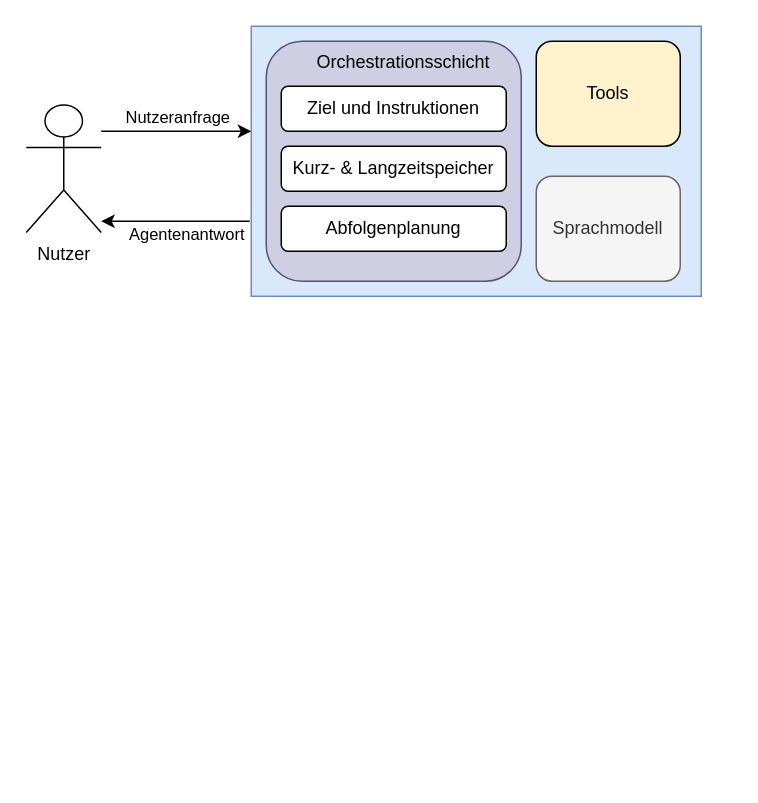
blumjo99/MasterThesisDiagram keeps this draw.io diagram as struktu eines Agenen und seine Komponenten.drawio. Above is the earlier version. Source tidied: cells renumbered, new cells numbered last; positions are measured from the earlier drawing's top-left corner, leaving out a move shared by most shapes. Both pictures are drawn from the tidied source at 150%, with x=0, y=0 at pixel (26, 26).
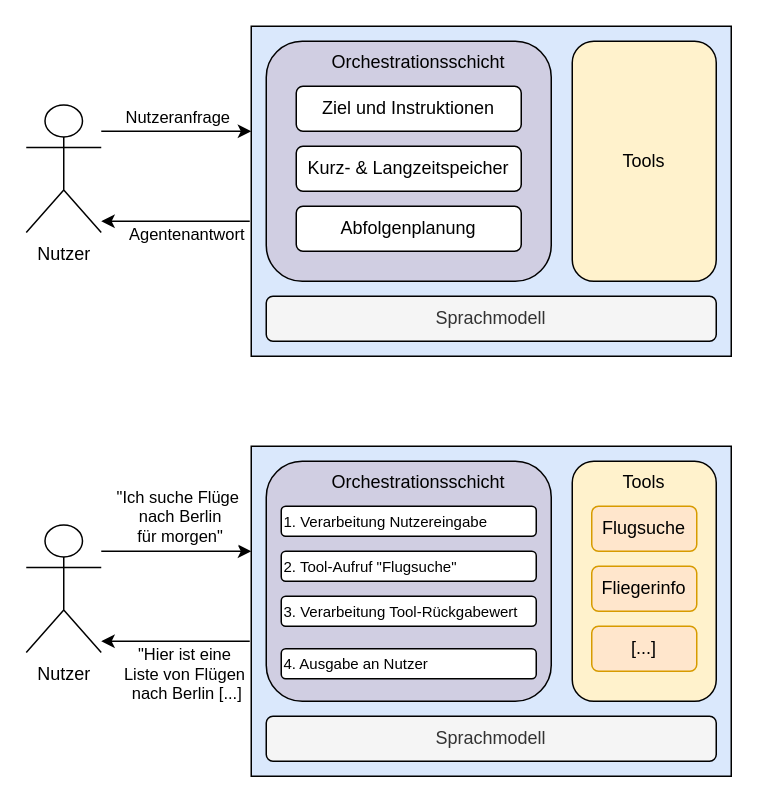
The same diagram, later.

Change to the diagram source:
```diff
@@
-    <mxCell id="5" style="rounded=0;whiteSpace=wrap;html=1;fillColor=#dae8fc;strokeColor=#6c8ebf;" parent="1" vertex="1">
-      <mxGeometry x="150" width="300" height="180" as="geometry" />
+    <mxCell id="5" style="rounded=0;whiteSpace=wrap;html=1;fillColor=#dae8fc;strokeColor=light-dark(#000000, #5c79a3);" parent="1" vertex="1">
+      <mxGeometry x="150" width="320" height="220" as="geometry" />
     </mxCell>
     <mxCell id="6" value="Tools" style="rounded=1;whiteSpace=wrap;html=1;fillColor=#fff2cc;strokeColor=#000000;" parent="1" vertex="1">
-      <mxGeometry x="340" y="10" width="96" height="70" as="geometry" />
+      <mxGeometry x="364" y="10" width="96" height="160" as="geometry" />
     </mxCell>
-    <mxCell id="7" value="Sprachmodell" style="rounded=1;whiteSpace=wrap;html=1;fillColor=#f5f5f5;fontColor=#333333;strokeColor=#666666;" parent="1" vertex="1">
-      <mxGeometry x="340" y="100" width="96" height="70" as="geometry" />
+    <mxCell id="7" value="Sprachmodell" style="rounded=1;whiteSpace=wrap;html=1;fillColor=#f5f5f5;fontColor=#333333;strokeColor=light-dark(#000000, #959595);" parent="1" vertex="1">
+      <mxGeometry x="160" y="180" width="300" height="30" as="geometry" />
     </mxCell>
-    <mxCell id="8" value="&amp;nbsp;&amp;nbsp;&amp;nbsp; Orchestrationsschicht" style="rounded=1;whiteSpace=wrap;html=1;fillColor=#d0cee2;strokeColor=#56517e;verticalAlign=top;align=center;" parent="1" vertex="1">
-      <mxGeometry x="160" y="10" width="170" height="160" as="geometry" />
+    <mxCell id="8" value="&amp;nbsp;&amp;nbsp;&amp;nbsp; Orchestrationsschicht" style="rounded=1;whiteSpace=wrap;html=1;fillColor=#d0cee2;strokeColor=light-dark(#000000, #a4a0c6);verticalAlign=top;align=center;" parent="1" vertex="1">
+      <mxGeometry x="160" y="10" width="190" height="160" as="geometry" />
     </mxCell>
     <mxCell id="9" value="Ziel und Instruktionen" style="rounded=1;whiteSpace=wrap;html=1;" parent="1" vertex="1">
-      <mxGeometry x="170" y="40" width="150" height="30" as="geometry" />
+      <mxGeometry x="180" y="40" width="150" height="30" as="geometry" />
     </mxCell>
     <mxCell id="10" value="Kurz- &amp;amp; Langzeitspeicher" style="rounded=1;whiteSpace=wrap;html=1;" parent="1" vertex="1">
-      <mxGeometry x="170" y="80" width="150" height="30" as="geometry" />
+      <mxGeometry x="180" y="80" width="150" height="30" as="geometry" />
     </mxCell>
     <mxCell id="11" value="Abfolgenplanung" style="rounded=1;whiteSpace=wrap;html=1;" parent="1" vertex="1">
-      <mxGeometry x="170" y="120" width="150" height="30" as="geometry" />
+      <mxGeometry x="180" y="120" width="150" height="30" as="geometry" />
     </mxCell>
@@
+    <mxCell id="14" value="Nutzer" style="shape=umlActor;verticalLabelPosition=bottom;verticalAlign=top;html=1;outlineConnect=0;" parent="1" vertex="1">
+      <mxGeometry y="332.5" width="50" height="85" as="geometry" />
+    </mxCell>
+    <mxCell id="15" style="edgeStyle=orthogonalEdgeStyle;rounded=0;jettySize=auto;html=1;" parent="1" edge="1" target="14">
+      <mxGeometry relative="1" as="geometry">
+        <mxPoint x="149" y="410" as="sourcePoint" />
+        <Array as="points">
+          <mxPoint x="149" y="410" />
+        </Array>
+      </mxGeometry>
+    </mxCell>
+    <mxCell id="16" value="&lt;div&gt;&quot;Hier ist eine&amp;nbsp;&lt;/div&gt;&lt;div&gt;Liste von Flügen&amp;nbsp;&lt;/div&gt;&lt;div&gt;nach Berlin [...]&lt;/div&gt;" style="edgeLabel;html=1;align=center;verticalAlign=middle;" parent="15" vertex="1">
+      <mxGeometry x="0.11" y="-3" relative="1" as="geometry">
+        <mxPoint x="12" y="24" as="offset" />
+      </mxGeometry>
+    </mxCell>
+    <mxCell id="17" style="rounded=0;whiteSpace=wrap;html=1;fillColor=#dae8fc;strokeColor=light-dark(#000000, #5c79a3);" parent="1" vertex="1">
+      <mxGeometry x="150" y="280" width="320" height="220" as="geometry" />
+    </mxCell>
+    <mxCell id="18" value="Tools" style="rounded=1;whiteSpace=wrap;html=1;fillColor=#fff2cc;strokeColor=#000000;verticalAlign=top;" parent="1" vertex="1">
+      <mxGeometry x="364" y="290" width="96" height="160" as="geometry" />
+    </mxCell>
+    <mxCell id="19" value="Sprachmodell" style="rounded=1;whiteSpace=wrap;html=1;fillColor=#f5f5f5;fontColor=#333333;strokeColor=light-dark(#000000, #959595);" parent="1" vertex="1">
+      <mxGeometry x="160" y="460" width="300" height="30" as="geometry" />
+    </mxCell>
+    <mxCell id="20" value="&amp;nbsp;&amp;nbsp;&amp;nbsp; Orchestrationsschicht" style="rounded=1;whiteSpace=wrap;html=1;fillColor=#d0cee2;strokeColor=light-dark(#000000, #a4a0c6);verticalAlign=top;align=center;" parent="1" vertex="1">
+      <mxGeometry x="160" y="290" width="190" height="160" as="geometry" />
+    </mxCell>
+    <mxCell id="21" value="&lt;font style=&quot;font-size: 10px;&quot;&gt;1. Verarbeitung Nutzereingabe&lt;/font&gt;" style="rounded=1;whiteSpace=wrap;html=1;align=left;" parent="1" vertex="1">
+      <mxGeometry x="170" y="320" width="170" height="20" as="geometry" />
+    </mxCell>
+    <mxCell id="22" value="2. Tool-Aufruf &quot;Flugsuche&quot;" style="rounded=1;whiteSpace=wrap;html=1;fontSize=10;align=left;" parent="1" vertex="1">
+      <mxGeometry x="170" y="350" width="170" height="20" as="geometry" />
+    </mxCell>
+    <mxCell id="23" value="&lt;font style=&quot;font-size: 10px;&quot;&gt;3. Verarbeitung Tool-Rückgabewert&lt;/font&gt;" style="rounded=1;whiteSpace=wrap;html=1;align=left;" parent="1" vertex="1">
+      <mxGeometry x="170" y="380" width="170" height="20" as="geometry" />
+    </mxCell>
+    <mxCell id="24" style="edgeStyle=orthogonalEdgeStyle;rounded=0;jettySize=auto;html=1;" parent="1" edge="1" source="14">
+      <mxGeometry relative="1" as="geometry">
+        <mxPoint x="150" y="350" as="targetPoint" />
+        <Array as="points">
+          <mxPoint x="150" y="350" />
+        </Array>
+      </mxGeometry>
+    </mxCell>
+    <mxCell id="25" value="&lt;div&gt;&quot;Ich suche Flüge&lt;/div&gt;&lt;div&gt;&amp;nbsp;nach Berlin&lt;/div&gt;&lt;div&gt;&amp;nbsp;für morgen&quot;&lt;/div&gt;" style="edgeLabel;html=1;align=center;verticalAlign=middle;" parent="24" vertex="1">
+      <mxGeometry x="-0.22" y="2" relative="1" as="geometry">
+        <mxPoint x="11" y="-22" as="offset" />
+      </mxGeometry>
+    </mxCell>
+    <mxCell id="26" value="4. Ausgabe an Nutzer" style="rounded=1;whiteSpace=wrap;html=1;fontSize=10;align=left;" parent="1" vertex="1">
+      <mxGeometry x="170" y="415" width="170" height="20" as="geometry" />
+    </mxCell>
+    <mxCell id="27" value="Flugsuche" style="rounded=1;whiteSpace=wrap;html=1;fillColor=#ffe6cc;strokeColor=#d79b00;" parent="1" vertex="1">
+      <mxGeometry x="377" y="320" width="70" height="30" as="geometry" />
+    </mxCell>
+    <mxCell id="28" value="Fliegerinfo" style="rounded=1;whiteSpace=wrap;html=1;fillColor=#ffe6cc;strokeColor=#d79b00;" parent="1" vertex="1">
+      <mxGeometry x="377" y="360" width="70" height="30" as="geometry" />
+    </mxCell>
+    <mxCell id="29" value="[...]" style="rounded=1;whiteSpace=wrap;html=1;fillColor=#ffe6cc;strokeColor=#d79b00;" parent="1" vertex="1">
+      <mxGeometry x="377" y="400" width="70" height="30" as="geometry" />
+    </mxCell>
```
